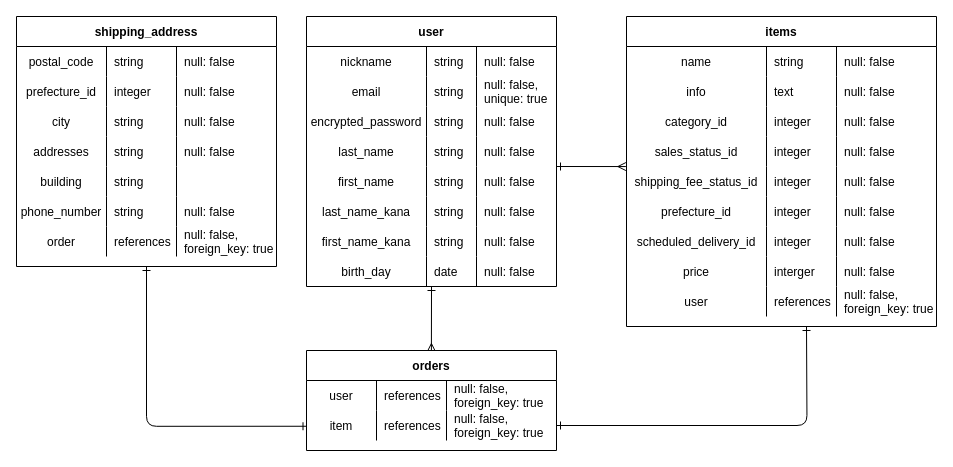
Before: er.dio in mijinko-j/furima-37463, a draw.io diagram. Source tidied: cells renumbered, new cells numbered last; positions are measured from the earlier drawing's top-left corner, leaving out a move shared by most shapes. Both pictures are drawn from the tidied source at 100%, with x=0, y=0 at pixel (16, 16).
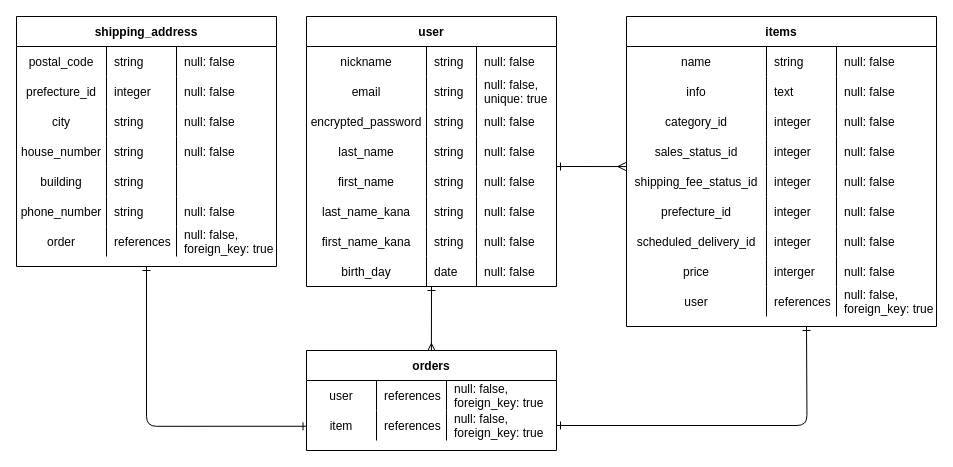
After the change.

Unchanged cells that the change refers to:
```xml
<mxCell id="97" style="shape=partialRectangle;fillColor=none;top=0;left=0;bottom=0;right=0;labelBorderColor=none;" parent="84" vertex="1">
  <mxGeometry y="120" width="260" height="30" as="geometry" />
</mxCell>
```

The edit, as a diff of the source:
```diff
@@
-    <mxCell id="98" value="addresses" style="shape=partialRectangle;fillColor=none;top=0;left=0;bottom=0;right=0;overflow=hidden;labelBorderColor=none;" parent="97" vertex="1">
+    <mxCell id="98" value="house_number" style="shape=partialRectangle;fillColor=none;top=0;left=0;bottom=0;right=0;overflow=hidden;labelBorderColor=none;" parent="97" vertex="1">
       <mxGeometry width="90" height="30" as="geometry" />
     </mxCell>
```
